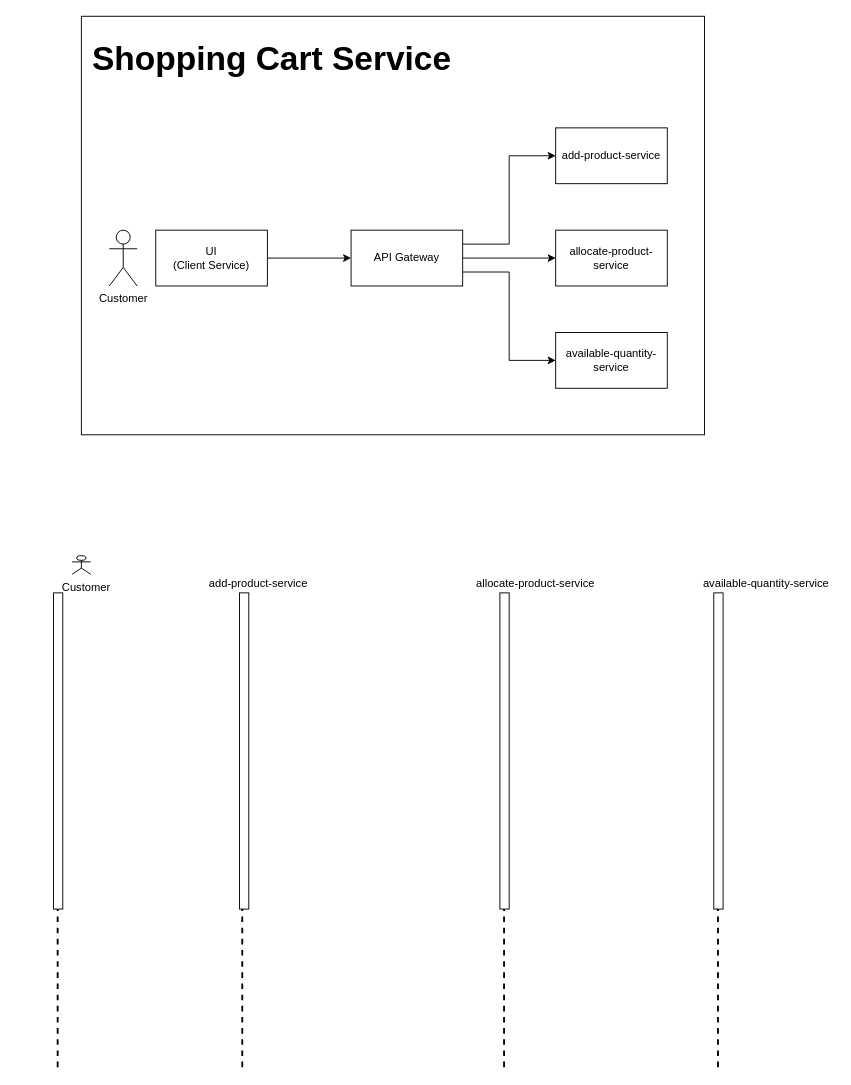
The draw.io diagram Untitled Diagram.drawio in shekhertrivedi/problem-solving, before the edit. Source tidied: cells renumbered, new cells numbered last; positions are measured from the earlier drawing's top-left corner, leaving out a move shared by most shapes. Both pictures are drawn from the tidied source at 93%, with x=0, y=0 at pixel (16, 16).
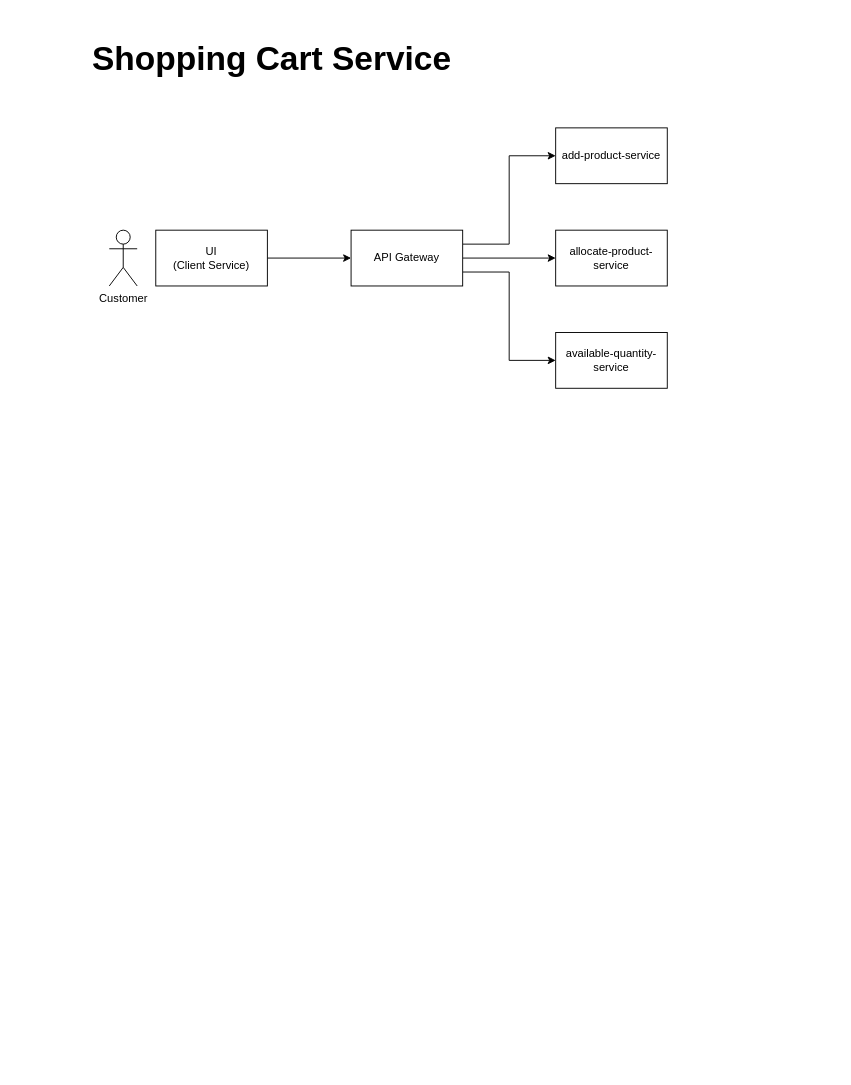
The same page after the edit.

Diff of the diagram source:
```diff
@@
-    <mxCell id="2" style="rounded=0;whiteSpace=wrap;html=1;" parent="1" vertex="1">
-      <mxGeometry x="70" width="670" height="450" as="geometry" />
-    </mxCell>
@@
-    <mxCell id="14" style="rounded=0;whiteSpace=wrap;html=1;" parent="1" vertex="1">
-      <mxGeometry x="240" y="620" width="10" height="340" as="geometry" />
-    </mxCell>
-    <mxCell id="15" style="rounded=0;whiteSpace=wrap;html=1;" parent="1" vertex="1">
-      <mxGeometry x="520" y="620" width="10" height="340" as="geometry" />
-    </mxCell>
-    <mxCell id="16" style="rounded=0;whiteSpace=wrap;html=1;" parent="1" vertex="1">
-      <mxGeometry x="750" y="620" width="10" height="340" as="geometry" />
-    </mxCell>
-    <mxCell id="17" value="add-product-service" style="text;html=1;align=center;verticalAlign=middle;" parent="1" vertex="1">
-      <mxGeometry x="200" y="600" width="120" height="20" as="geometry" />
-    </mxCell>
-    <mxCell id="18" value="allocate-product-service&lt;br&gt;" style="text;html=1;align=center;verticalAlign=middle;" parent="1" vertex="1">
-      <mxGeometry x="488" y="600" width="140" height="20" as="geometry" />
-    </mxCell>
-    <mxCell id="19" value="available-quantity-service" style="text;html=1;align=center;verticalAlign=middle;" parent="1" vertex="1">
-      <mxGeometry x="731" y="600" width="150" height="20" as="geometry" />
-    </mxCell>
-    <mxCell id="20" style="endArrow=none;dashed=1;html=1;jumpSize=5;strokeWidth=2;" parent="1" edge="1">
-      <mxGeometry relative="1" as="geometry">
-        <mxPoint x="243" y="1130" as="sourcePoint" />
-        <mxPoint x="243" y="960" as="targetPoint" />
-      </mxGeometry>
-    </mxCell>
-    <mxCell id="21" style="endArrow=none;dashed=1;html=1;strokeWidth=2;" parent="1" edge="1">
-      <mxGeometry relative="1" as="geometry">
-        <mxPoint x="524.5" y="1130" as="sourcePoint" />
-        <mxPoint x="524.5" y="960" as="targetPoint" />
-      </mxGeometry>
-    </mxCell>
-    <mxCell id="22" style="endArrow=none;dashed=1;html=1;strokeWidth=2;" parent="1" edge="1">
-      <mxGeometry relative="1" as="geometry">
-        <mxPoint x="754.5" y="1130" as="sourcePoint" />
-        <mxPoint x="754.5" y="960" as="targetPoint" />
-      </mxGeometry>
-    </mxCell>
-    <mxCell id="23" style="rounded=0;whiteSpace=wrap;html=1;" parent="1" vertex="1">
-      <mxGeometry x="40" y="620" width="10" height="340" as="geometry" />
-    </mxCell>
-    <mxCell id="24" style="endArrow=none;dashed=1;html=1;jumpSize=5;strokeWidth=2;" parent="1" edge="1">
-      <mxGeometry relative="1" as="geometry">
-        <mxPoint x="44.5" y="1130" as="sourcePoint" />
-        <mxPoint x="44.5" y="960" as="targetPoint" />
-      </mxGeometry>
-    </mxCell>
-    <mxCell id="25" value="Customer" style="text;html=1;align=center;verticalAlign=middle;" parent="1" vertex="1">
-      <mxGeometry x="40" y="605" width="70" height="20" as="geometry" />
-    </mxCell>
-    <mxCell id="26" style="shape=umlActor;verticalLabelPosition=bottom;labelBackgroundColor=#ffffff;verticalAlign=top;html=1;" parent="1" vertex="1">
-      <mxGeometry x="60" y="580" width="20" height="20" as="geometry" />
-    </mxCell>
```
